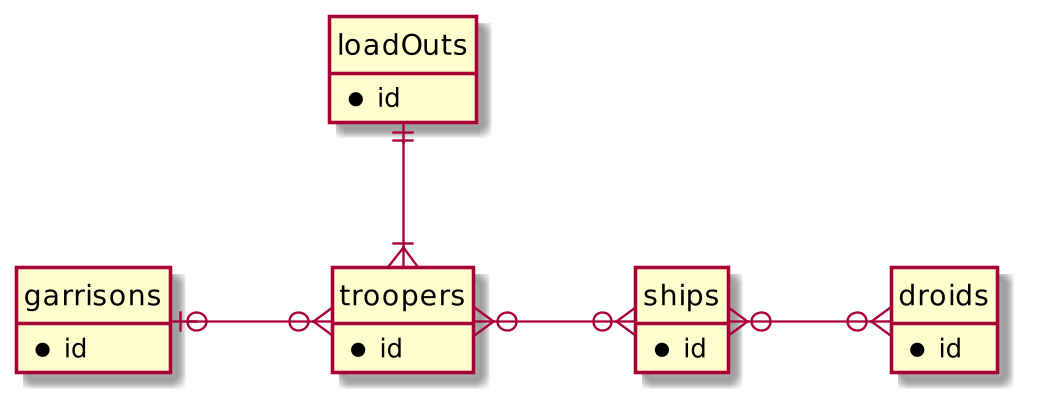
Before: steps/2/step-2-draft-erd.png, a diagram exported from PlantUML (jeremytsang1/osu-cs-340-project).
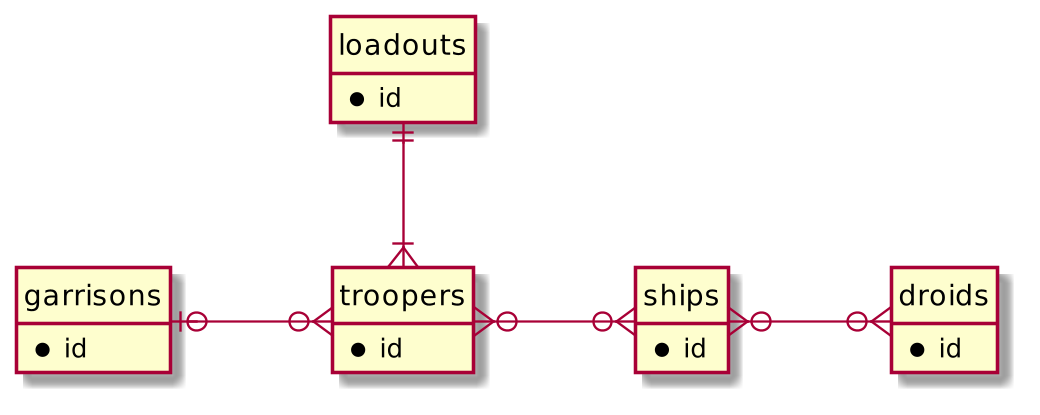
Above is the later version.

Commit message:
Update step 2 ERD to simple version

Leave off composite entities (leave them for the schema instead).

What changed in the source:
```diff
@@ -20,7 +20,7 @@
     * id
 }
 
-entity loadOuts {
+entity loadouts {
     * id
 }
 
@@ -32,7 +32,7 @@
 
 
 garrisons |o-o{ troopers:\t
-loadOuts ||--|{ troopers  /' TODO: check if this is in fact 1-to-1 or 1-to-many '/
+loadouts ||--|{ troopers  /' TODO: check if this is in fact 1-to-1 or 1-to-many '/
 
 troopers }o-o{ ships:\t
 
```
